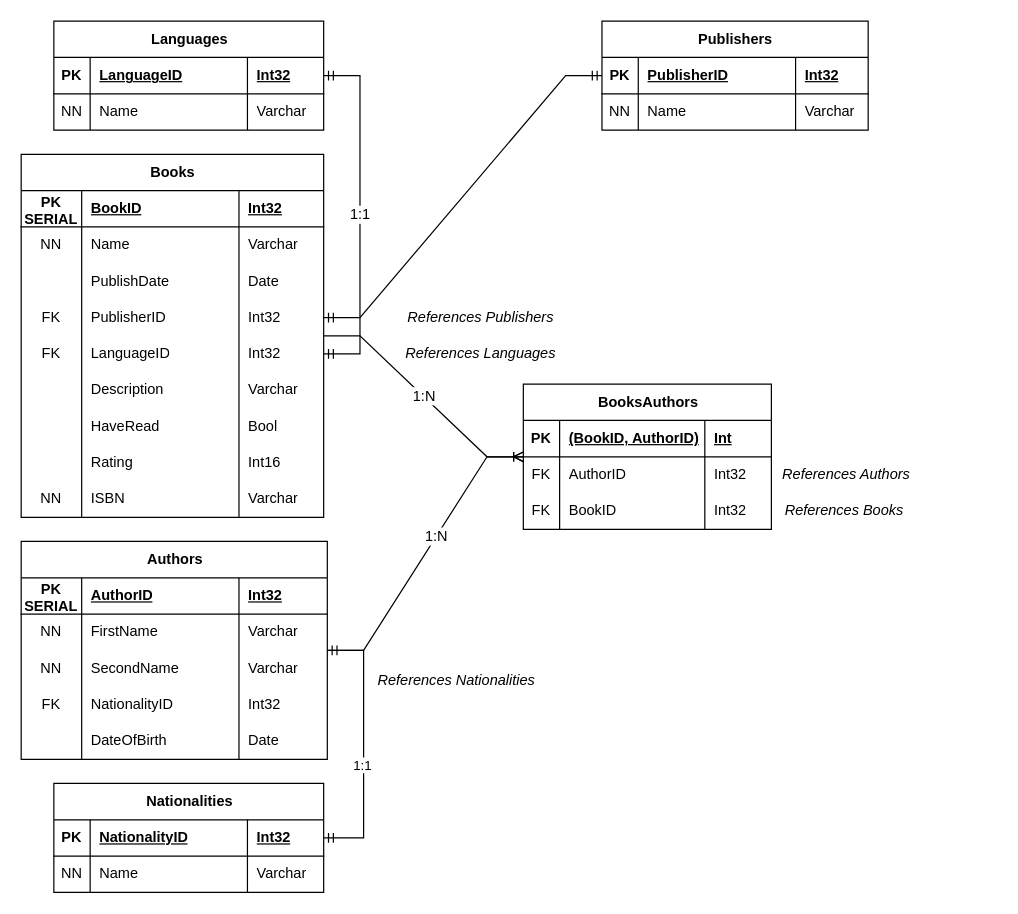
Before: navrhy/DB navrh - elektlabs.drawio in MatyasBalcar/elektlabs-staz, a draw.io diagram. Source tidied: cells renumbered, new cells numbered last; positions are measured from the earlier drawing's top-left corner, leaving out a move shared by most shapes. Both pictures are drawn from the tidied source at 121%, with x=0, y=0 at pixel (21, 21).
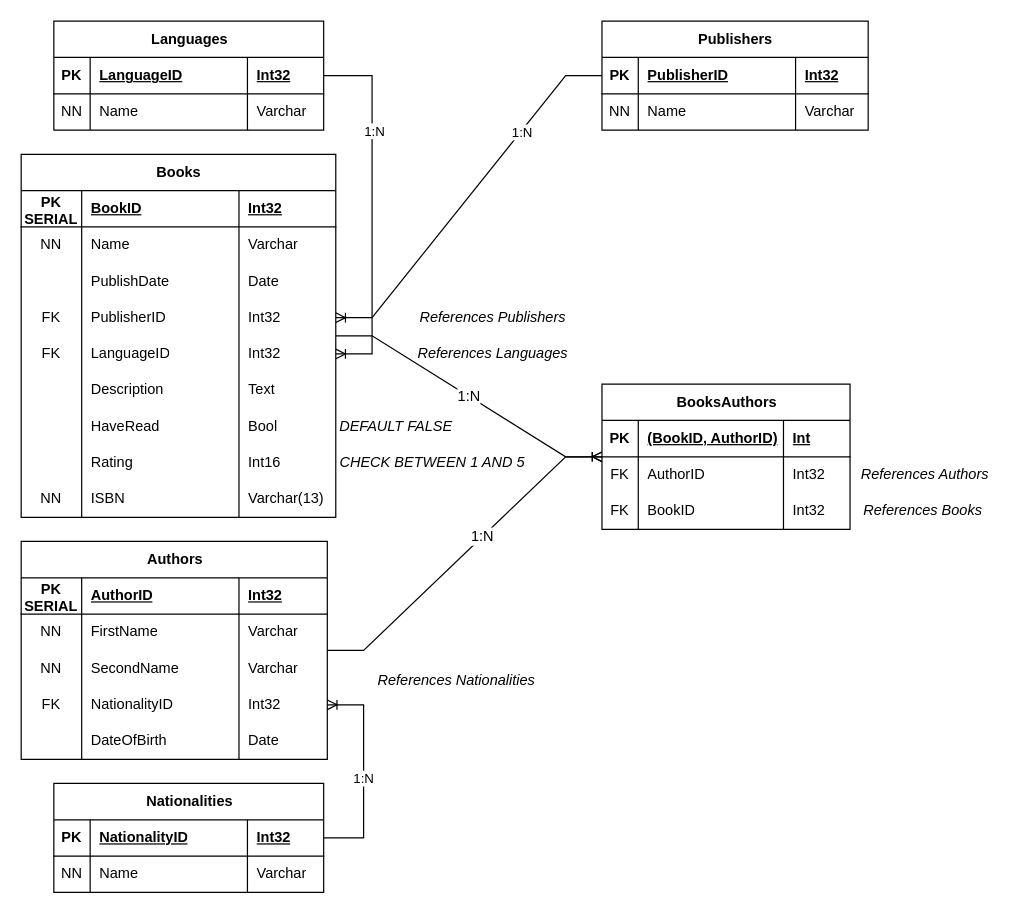
The same diagram, later.

Commit message:
fix relations to use correct ed connections

Unchanged cells that the change refers to:
```xml
<mxCell id="39" value="Authors" style="shape=table;startSize=30;childLayout=tableLayout;rowLines=0;fontStyle=1;align=center;html=1;rounded=0;" parent="1" vertex="1">
  <mxGeometry y="430" width="253" height="180" as="geometry" />
</mxCell>
<mxCell id="52" style="shape=tableRow;horizontal=0;startSize=0;swimlaneHead=0;swimlaneBody=0;fillColor=none;points=[[0,0.5],[1,0.5]];portConstraint=eastwest;top=0;left=0;right=0;bottom=0;rounded=0;" parent="39" vertex="1">
  <mxGeometry y="120" width="253" height="30" as="geometry" />
</mxCell>
<mxCell id="78" value="Languages" style="shape=table;startSize=30;childLayout=tableLayout;rowLines=0;fontStyle=1;align=center;html=1;" parent="1" vertex="1">
  <mxGeometry x="27" width="223" height="90" as="geometry" />
</mxCell>
<mxCell id="88" value="Nationalities" style="shape=table;startSize=30;childLayout=tableLayout;rowLines=0;fontStyle=1;align=center;html=1;" parent="1" vertex="1">
  <mxGeometry x="27" y="630" width="223" height="90" as="geometry" />
</mxCell>
<mxCell id="101" value="Publishers" style="shape=table;startSize=30;childLayout=tableLayout;rowLines=0;fontStyle=1;align=center;html=1;" parent="1" vertex="1">
  <mxGeometry x="480" width="220" height="90" as="geometry" />
</mxCell>
```

What changed in the source:
```diff
@@
     <mxCell id="2" value="Books" style="shape=table;startSize=30;childLayout=tableLayout;rowLines=0;fontStyle=1;align=center;html=1;rounded=0;" parent="1" vertex="1">
-      <mxGeometry y="110" width="250" height="300" as="geometry" />
+      <mxGeometry y="110" width="260" height="300" as="geometry" />
     </mxCell>
     <mxCell id="3" style="shape=tableRow;horizontal=0;startSize=0;swimlaneHead=0;swimlaneBody=0;fillColor=none;top=0;left=0;right=0;bottom=1;rounded=0;" parent="2" vertex="1">
-      <mxGeometry y="30" width="250" height="30" as="geometry" />
+      <mxGeometry y="30" width="260" height="30" as="geometry" />
     </mxCell>
@@
     <mxCell id="6" value="Int32" style="shape=partialRectangle;fillColor=none;top=0;left=0;bottom=0;right=0;align=left;spacingLeft=6;fontStyle=5;overflow=hidden;whiteSpace=wrap;html=1;rounded=0;" parent="3" vertex="1">
-      <mxGeometry x="180" width="70" height="30" as="geometry" />
+      <mxGeometry x="180" width="80" height="30" as="geometry" />
     </mxCell>
     <mxCell id="7" style="shape=tableRow;horizontal=0;startSize=0;swimlaneHead=0;swimlaneBody=0;fillColor=none;top=0;left=0;right=0;bottom=0;rounded=0;" parent="2" vertex="1">
-      <mxGeometry y="60" width="250" height="30" as="geometry" />
+      <mxGeometry y="60" width="260" height="30" as="geometry" />
     </mxCell>
@@
     <mxCell id="10" value="Varchar" style="shape=partialRectangle;fillColor=none;top=0;left=0;bottom=0;right=0;align=left;spacingLeft=6;overflow=hidden;whiteSpace=wrap;html=1;rounded=0;" parent="7" vertex="1">
-      <mxGeometry x="180" width="70" height="30" as="geometry" />
+      <mxGeometry x="180" width="80" height="30" as="geometry" />
     </mxCell>
     <mxCell id="11" style="shape=tableRow;horizontal=0;startSize=0;swimlaneHead=0;swimlaneBody=0;fillColor=none;top=0;left=0;right=0;bottom=0;rounded=0;" parent="2" vertex="1">
-      <mxGeometry y="90" width="250" height="30" as="geometry" />
+      <mxGeometry y="90" width="260" height="30" as="geometry" />
     </mxCell>
@@
     <mxCell id="14" value="Date" style="shape=partialRectangle;fillColor=none;top=0;left=0;bottom=0;right=0;align=left;spacingLeft=6;overflow=hidden;whiteSpace=wrap;html=1;rounded=0;" parent="11" vertex="1">
-      <mxGeometry x="180" width="70" height="30" as="geometry" />
+      <mxGeometry x="180" width="80" height="30" as="geometry" />
     </mxCell>
     <mxCell id="15" style="shape=tableRow;horizontal=0;startSize=0;swimlaneHead=0;swimlaneBody=0;fillColor=none;points=[[0,0.5],[1,0.5]];portConstraint=eastwest;top=0;left=0;right=0;bottom=0;rounded=0;" parent="2" vertex="1">
-      <mxGeometry y="120" width="250" height="30" as="geometry" />
+      <mxGeometry y="120" width="260" height="30" as="geometry" />
     </mxCell>
@@
     <mxCell id="18" value="Int32" style="shape=partialRectangle;fillColor=none;top=0;left=0;bottom=0;right=0;align=left;spacingLeft=6;overflow=hidden;whiteSpace=wrap;html=1;rounded=0;" parent="15" vertex="1">
-      <mxGeometry x="180" width="70" height="30" as="geometry" />
+      <mxGeometry x="180" width="80" height="30" as="geometry" />
     </mxCell>
     <mxCell id="19" style="shape=tableRow;horizontal=0;startSize=0;swimlaneHead=0;swimlaneBody=0;fillColor=none;points=[[0,0.5],[1,0.5]];portConstraint=eastwest;top=0;left=0;right=0;bottom=0;rounded=0;" parent="2" vertex="1">
-      <mxGeometry y="150" width="250" height="30" as="geometry" />
+      <mxGeometry y="150" width="260" height="30" as="geometry" />
     </mxCell>
@@
     <mxCell id="22" value="Int32" style="shape=partialRectangle;fillColor=none;top=0;left=0;bottom=0;right=0;align=left;spacingLeft=6;overflow=hidden;whiteSpace=wrap;html=1;rounded=0;" parent="19" vertex="1">
-      <mxGeometry x="180" width="70" height="30" as="geometry" />
+      <mxGeometry x="180" width="80" height="30" as="geometry" />
     </mxCell>
     <mxCell id="23" style="shape=tableRow;horizontal=0;startSize=0;swimlaneHead=0;swimlaneBody=0;fillColor=none;top=0;left=0;right=0;bottom=0;rounded=0;" parent="2" vertex="1">
-      <mxGeometry y="180" width="250" height="30" as="geometry" />
+      <mxGeometry y="180" width="260" height="30" as="geometry" />
     </mxCell>
@@
-    <mxCell id="26" value="Varchar" style="shape=partialRectangle;fillColor=none;top=0;left=0;bottom=0;right=0;align=left;spacingLeft=6;overflow=hidden;whiteSpace=wrap;html=1;rounded=0;" parent="23" vertex="1">
-      <mxGeometry x="180" width="70" height="30" as="geometry" />
+    <mxCell id="26" value="Text" style="shape=partialRectangle;fillColor=none;top=0;left=0;bottom=0;right=0;align=left;spacingLeft=6;overflow=hidden;whiteSpace=wrap;html=1;rounded=0;" parent="23" vertex="1">
+      <mxGeometry x="180" width="80" height="30" as="geometry" />
     </mxCell>
     <mxCell id="27" style="shape=tableRow;horizontal=0;startSize=0;swimlaneHead=0;swimlaneBody=0;fillColor=none;top=0;left=0;right=0;bottom=0;rounded=0;" parent="2" vertex="1">
-      <mxGeometry y="210" width="250" height="30" as="geometry" />
+      <mxGeometry y="210" width="260" height="30" as="geometry" />
     </mxCell>
@@
     <mxCell id="30" value="Bool" style="shape=partialRectangle;fillColor=none;top=0;left=0;bottom=0;right=0;align=left;spacingLeft=6;overflow=hidden;whiteSpace=wrap;html=1;rounded=0;" parent="27" vertex="1">
-      <mxGeometry x="180" width="70" height="30" as="geometry" />
+      <mxGeometry x="180" width="80" height="30" as="geometry" />
     </mxCell>
     <mxCell id="31" style="shape=tableRow;horizontal=0;startSize=0;swimlaneHead=0;swimlaneBody=0;fillColor=none;top=0;left=0;right=0;bottom=0;rounded=0;" parent="2" vertex="1">
-      <mxGeometry y="240" width="250" height="30" as="geometry" />
+      <mxGeometry y="240" width="260" height="30" as="geometry" />
     </mxCell>
@@
     <mxCell id="34" value="Int16" style="shape=partialRectangle;fillColor=none;top=0;left=0;bottom=0;right=0;align=left;spacingLeft=6;overflow=hidden;whiteSpace=wrap;html=1;rounded=0;" parent="31" vertex="1">
-      <mxGeometry x="180" width="70" height="30" as="geometry" />
+      <mxGeometry x="180" width="80" height="30" as="geometry" />
     </mxCell>
     <mxCell id="35" style="shape=tableRow;horizontal=0;startSize=0;swimlaneHead=0;swimlaneBody=0;fillColor=none;top=0;left=0;right=0;bottom=0;rounded=0;" parent="2" vertex="1">
-      <mxGeometry y="270" width="250" height="30" as="geometry" />
+      <mxGeometry y="270" width="260" height="30" as="geometry" />
     </mxCell>
@@
-    <mxCell id="38" value="Varchar" style="shape=partialRectangle;fillColor=none;top=0;left=0;bottom=0;right=0;align=left;spacingLeft=6;overflow=hidden;whiteSpace=wrap;html=1;rounded=0;" parent="35" vertex="1">
-      <mxGeometry x="180" width="70" height="30" as="geometry" />
+    <mxCell id="38" value="Varchar(13)" style="shape=partialRectangle;fillColor=none;top=0;left=0;bottom=0;right=0;align=left;spacingLeft=6;overflow=hidden;whiteSpace=wrap;html=1;rounded=0;" parent="35" vertex="1">
+      <mxGeometry x="180" width="80" height="30" as="geometry" />
     </mxCell>
@@
     <mxCell id="60" value="BooksAuthors" style="shape=table;startSize=30;childLayout=tableLayout;rowLines=0;fontStyle=1;align=center;html=1;rounded=0;" parent="1" vertex="1">
-      <mxGeometry x="415" y="300" width="205" height="120" as="geometry" />
+      <mxGeometry x="480" y="300" width="205" height="120" as="geometry" />
     </mxCell>
@@
     <mxCell id="75" style="group;rounded=0;" parent="1" vertex="1">
-      <mxGeometry x="620" y="360" width="121" height="60" as="geometry" />
+      <mxGeometry x="685" y="360" width="121" height="60" as="geometry" />
     </mxCell>
@@
-    <mxCell id="87" value="1:1" style="edgeStyle=entityRelationEdgeStyle;fontSize=12;html=1;endArrow=ERmandOne;startArrow=ERmandOne;rounded=0;" parent="1" edge="1" source="19" target="78">
-      <mxGeometry relative="1" as="geometry" />
-    </mxCell>
@@
-    <mxCell id="97" style="edgeStyle=entityRelationEdgeStyle;fontSize=12;html=1;endArrow=ERmandOne;startArrow=ERmandOne;rounded=0;" parent="1" edge="1" source="39" target="88">
-      <mxGeometry relative="1" as="geometry" />
-    </mxCell>
-    <mxCell id="98" value="1:1" style="edgeLabel;html=1;align=center;verticalAlign=middle;" parent="97" vertex="1">
-      <mxGeometry x="0.14" y="-2" relative="1" as="geometry" />
-    </mxCell>
@@
     <mxCell id="100" value="&lt;i&gt;References Languages&lt;/i&gt;" style="text;html=1;whiteSpace=wrap;strokeColor=none;fillColor=none;align=center;verticalAlign=middle;rounded=0;" parent="1" vertex="1">
-      <mxGeometry x="300" y="260" width="160" height="30" as="geometry" />
+      <mxGeometry x="310" y="260" width="160" height="30" as="geometry" />
     </mxCell>
@@
-    <mxCell id="110" style="edgeStyle=entityRelationEdgeStyle;fontSize=12;html=1;endArrow=ERmandOne;startArrow=ERmandOne;rounded=0;" parent="1" edge="1" source="15" target="101">
-      <mxGeometry relative="1" as="geometry" />
-    </mxCell>
     <mxCell id="111" value="&lt;i&gt;References Publishers&lt;/i&gt;" style="text;html=1;whiteSpace=wrap;strokeColor=none;fillColor=none;align=center;verticalAlign=middle;rounded=0;" parent="1" vertex="1">
-      <mxGeometry x="300" y="230" width="160" height="30" as="geometry" />
+      <mxGeometry x="310" y="230" width="160" height="30" as="geometry" />
     </mxCell>
+    <mxCell id="112" value="&lt;i&gt;CHECK BETWEEN 1 AND 5&lt;/i&gt;" style="text;html=1;whiteSpace=wrap;strokeColor=none;fillColor=none;align=center;verticalAlign=middle;rounded=0;" parent="1" vertex="1">
+      <mxGeometry x="260" y="350" width="160" height="30" as="geometry" />
+    </mxCell>
+    <mxCell id="113" value="&lt;i&gt;DEFAULT FALSE&lt;/i&gt;" style="text;html=1;whiteSpace=wrap;strokeColor=none;fillColor=none;align=center;verticalAlign=middle;rounded=0;" parent="1" vertex="1">
+      <mxGeometry x="260" y="320" width="100" height="30" as="geometry" />
+    </mxCell>
+    <mxCell id="114" style="edgeStyle=entityRelationEdgeStyle;fontSize=12;html=1;endArrow=ERoneToMany;rounded=0;" parent="1" edge="1" source="78" target="19">
+      <mxGeometry relative="1" as="geometry" />
+    </mxCell>
+    <mxCell id="115" value="1:N" style="edgeLabel;html=1;align=center;verticalAlign=middle;" parent="114" vertex="1">
+      <mxGeometry x="-0.43" y="1" relative="1" as="geometry">
+        <mxPoint y="-1" as="offset" />
+      </mxGeometry>
+    </mxCell>
+    <mxCell id="116" style="edgeStyle=entityRelationEdgeStyle;fontSize=12;html=1;endArrow=ERoneToMany;rounded=0;" parent="1" edge="1" source="101" target="15">
+      <mxGeometry relative="1" as="geometry" />
+    </mxCell>
+    <mxCell id="117" value="1:N" style="edgeLabel;html=1;align=center;verticalAlign=middle;" parent="116" vertex="1">
+      <mxGeometry x="-0.43" y="1" relative="1" as="geometry">
+        <mxPoint y="-1" as="offset" />
+      </mxGeometry>
+    </mxCell>
+    <mxCell id="118" style="edgeStyle=entityRelationEdgeStyle;fontSize=12;html=1;endArrow=ERoneToMany;rounded=0;" parent="1" edge="1" source="88" target="52">
+      <mxGeometry relative="1" as="geometry" />
+    </mxCell>
+    <mxCell id="119" value="1:N" style="edgeLabel;html=1;align=center;verticalAlign=middle;" parent="118" vertex="1">
+      <mxGeometry x="-0.03" y="1" relative="1" as="geometry">
+        <mxPoint y="1" as="offset" />
+      </mxGeometry>
+    </mxCell>
```
